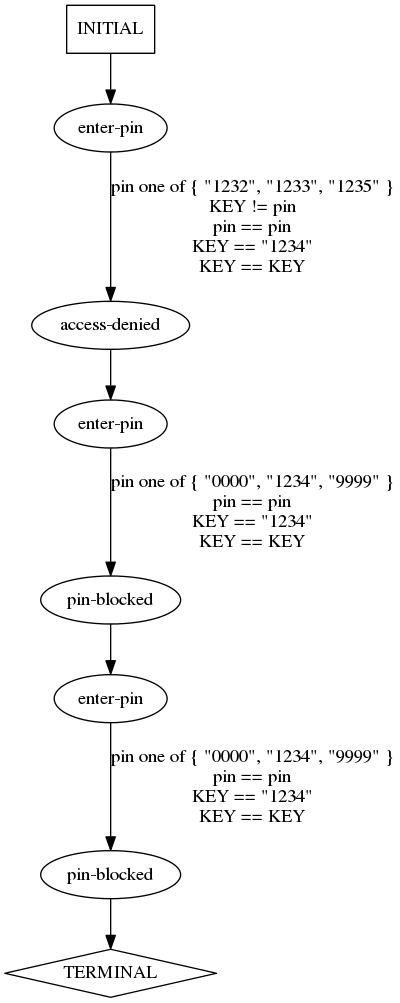
Before: traces/abstract/verify-pin/predicted-paths/verify-pin-test15.dot.png, a diagram exported from Graphviz (ModelInference/synoptic). Its source is kept beside it as traces/abstract/verify-pin/predicted-paths/verify-pin-test15.dot.
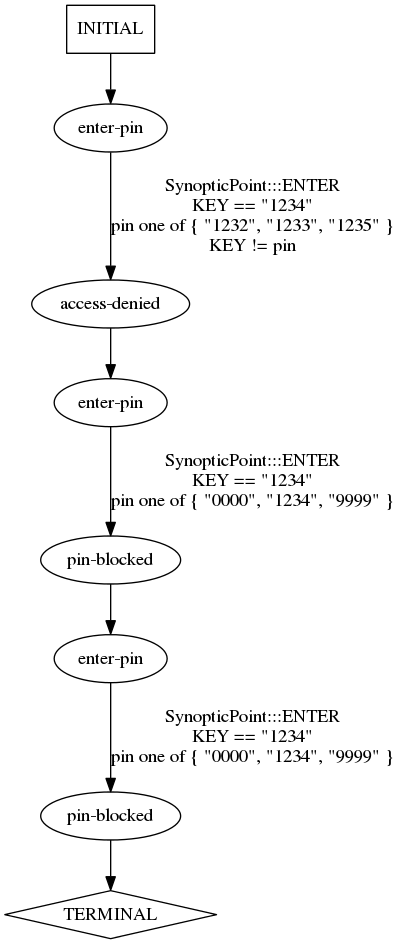
Above is the later version.

Diff of the diagram source:
```diff
@@ -8,9 +8,9 @@
   6 [label="TERMINAL",shape=diamond];
   7 [label="INITIAL",shape=box];
 0->2 [label="",];
-1->0 [label="pin one of { \"1232\", \"1233\", \"1235\" }\nKEY != pin\npin == pin\nKEY == \"1234\"\nKEY == KEY",];
-2->4 [label="pin one of { \"0000\", \"1234\", \"9999\" }\npin == pin\nKEY == \"1234\"\nKEY == KEY",];
-3->5 [label="pin one of { \"0000\", \"1234\", \"9999\" }\npin == pin\nKEY == \"1234\"\nKEY == KEY",];
+1->0 [label="SynopticPoint:::ENTER\nKEY == \"1234\"\npin one of { \"1232\", \"1233\", \"1235\" }\nKEY != pin\n",];
+2->4 [label="SynopticPoint:::ENTER\nKEY == \"1234\"\npin one of { \"0000\", \"1234\", \"9999\" }\n",];
+3->5 [label="SynopticPoint:::ENTER\nKEY == \"1234\"\npin one of { \"0000\", \"1234\", \"9999\" }\n",];
 4->3 [label="",];
 5->6 [label="",];
 7->1 [label="",];
```
